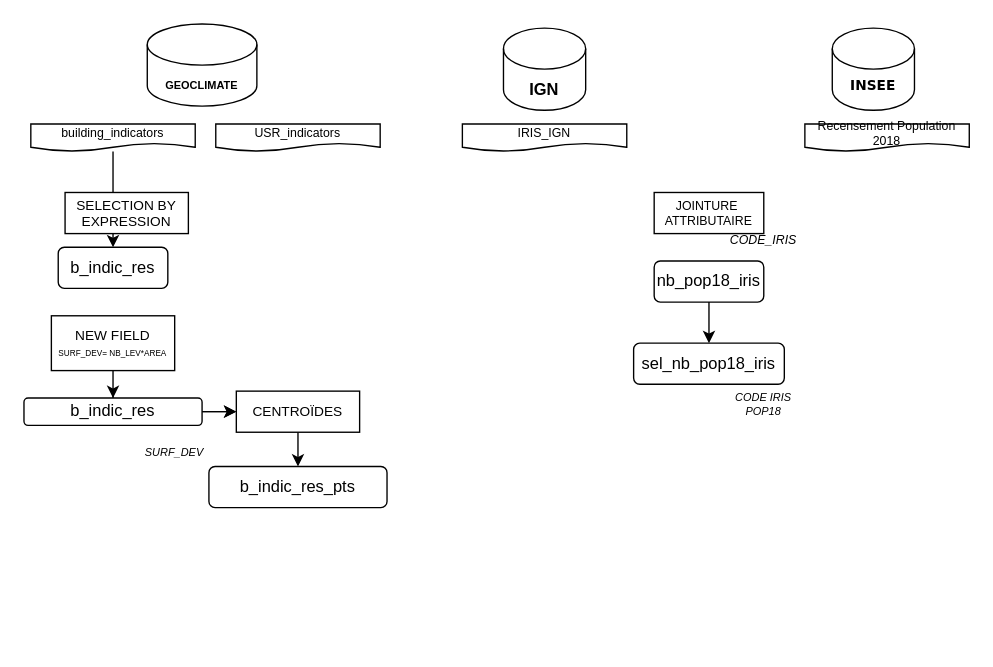
Above: desagregation.drawio in ntouati/Projets (draw.io), before the change. Source tidied: cells renumbered, new cells numbered last; positions are measured from the earlier drawing's top-left corner, leaving out a move shared by most shapes. Both pictures are drawn from the tidied source at 137%, with x=0, y=0 at pixel (23, 23).
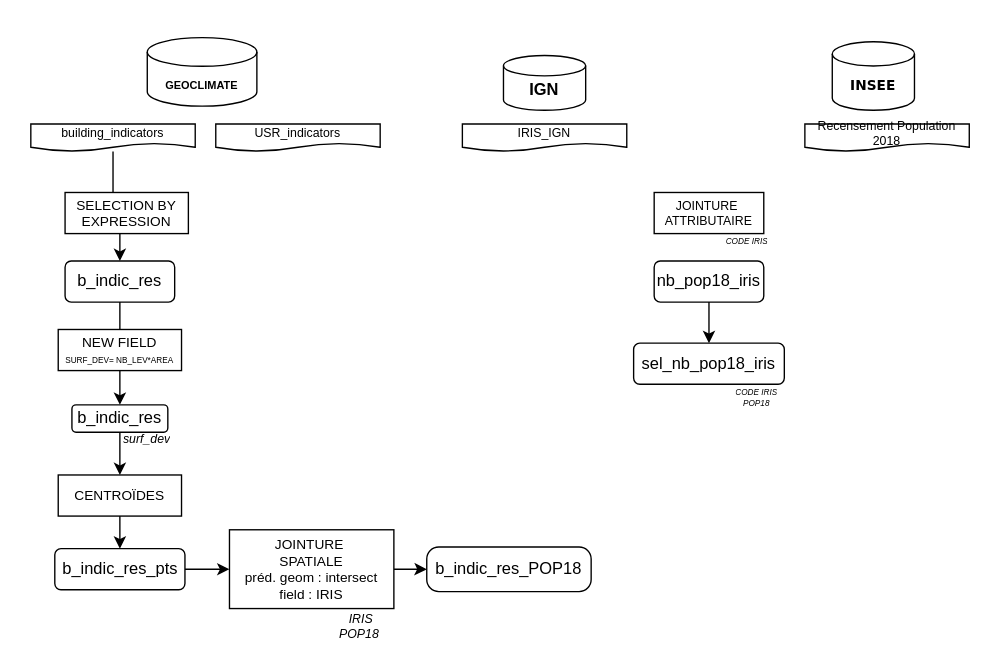
After the change.

Commit message:
Mettre à jour desagregation.drawio

The change refers to these unchanged cells:
```xml
<mxCell id="7" style="group;" parent="1" vertex="1">
  <mxGeometry x="50" width="120" height="60" as="geometry" />
</mxCell>
```

The edit, as a diff of the source:
```diff
@@
-    <mxCell id="2" style="shape=cylinder3;whiteSpace=wrap;html=1;boundedLbl=1;backgroundOutline=1;size=15;" parent="1" vertex="1">
-      <mxGeometry x="590" y="3" width="60" height="60" as="geometry" />
+    <mxCell id="2" style="shape=cylinder3;whiteSpace=wrap;html=1;boundedLbl=1;backgroundOutline=1;size=8.82758620689657;" parent="1" vertex="1">
+      <mxGeometry x="590" y="13" width="60" height="50" as="geometry" />
     </mxCell>
@@
-    <mxCell id="8" style="shape=cylinder3;whiteSpace=wrap;html=1;boundedLbl=1;backgroundOutline=1;size=15;fontFamily=Garamond;" parent="7" vertex="1">
-      <mxGeometry x="40" width="80" height="60" as="geometry" />
+    <mxCell id="8" style="shape=cylinder3;whiteSpace=wrap;html=1;boundedLbl=1;backgroundOutline=1;size=10.448275862068954;fontFamily=Garamond;" parent="7" vertex="1">
+      <mxGeometry x="40" y="10" width="80" height="50" as="geometry" />
     </mxCell>
@@
     <mxCell id="11" value="CENTROÏDES" style="rounded=0;whiteSpace=wrap;html=1;fontSize=10;" parent="1" vertex="1">
-      <mxGeometry x="155" y="268" width="90" height="30" as="geometry" />
+      <mxGeometry x="25" y="329.2" width="90" height="30" as="geometry" />
     </mxCell>
+    <mxCell id="31" style="edgeStyle=orthogonalEdgeStyle;rounded=0;jettySize=auto;html=1;entryX=0.5;entryY=0;entryDx=0;entryDy=0;" parent="1" edge="1" source="12" target="17">
+      <mxGeometry relative="1" as="geometry" />
+    </mxCell>
     <mxCell id="12" value="b_indic_res" style="rounded=1;whiteSpace=wrap;html=1;" parent="1" vertex="1">
-      <mxGeometry x="25" y="163" width="80" height="30" as="geometry" />
+      <mxGeometry x="30" y="173" width="80" height="30" as="geometry" />
     </mxCell>
-    <mxCell id="13" style="edgeStyle=orthogonalEdgeStyle;rounded=0;jettySize=auto;html=1;" parent="1" edge="1" source="14" target="17">
-      <mxGeometry relative="1" as="geometry" />
-    </mxCell>
     <mxCell id="14" value="&lt;div style=&quot;font-size: 10px;&quot;&gt;NEW FIELD&lt;/div&gt;&lt;div style=&quot;font-size: 10px;&quot;&gt;&lt;font style=&quot;font-size: 6px;&quot;&gt;SURF_DEV= NB_LEV*AREA&lt;/font&gt;&lt;br style=&quot;font-size: 10px;&quot;&gt;&lt;/div&gt;" style="rounded=0;whiteSpace=wrap;html=1;fontSize=10;" parent="1" vertex="1">
-      <mxGeometry x="20" y="213" width="90" height="40" as="geometry" />
+      <mxGeometry x="25" y="223" width="90" height="30" as="geometry" />
     </mxCell>
-    <mxCell id="15" style="edgeStyle=orthogonalEdgeStyle;rounded=0;jettySize=auto;html=1;" parent="1" edge="1" source="17" target="11">
-      <mxGeometry relative="1" as="geometry" />
-    </mxCell>
-    <mxCell id="16" style="edgeStyle=orthogonalEdgeStyle;rounded=0;jettySize=auto;html=1;" parent="1" edge="1" source="17" target="11">
-      <mxGeometry relative="1" as="geometry" />
-    </mxCell>
+    <mxCell id="32" style="edgeStyle=orthogonalEdgeStyle;rounded=0;jettySize=auto;html=1;" parent="1" edge="1" source="17" target="11">
+      <mxGeometry relative="1" as="geometry" />
+    </mxCell>
     <mxCell id="17" value="b_indic_res " style="rounded=1;whiteSpace=wrap;html=1;" parent="1" vertex="1">
-      <mxGeometry y="273" width="130" height="20" as="geometry" />
+      <mxGeometry x="35" y="278" width="70" height="20" as="geometry" />
     </mxCell>
-    <mxCell id="18" style="shape=cylinder3;whiteSpace=wrap;html=1;boundedLbl=1;backgroundOutline=1;size=15;" parent="1" vertex="1">
-      <mxGeometry x="350" y="3" width="60" height="60" as="geometry" />
+    <mxCell id="18" style="shape=cylinder3;whiteSpace=wrap;html=1;boundedLbl=1;backgroundOutline=1;size=7.448275862068954;" parent="1" vertex="1">
+      <mxGeometry x="350" y="23" width="60" height="40" as="geometry" />
     </mxCell>
@@
-    <mxCell id="23" value="CODE_IRIS" style="text;html=1;strokeColor=none;fillColor=none;align=center;verticalAlign=middle;whiteSpace=wrap;rounded=0;fontSize=9;fontStyle=2;" parent="1" vertex="1">
-      <mxGeometry x="510" y="153" width="60" height="10" as="geometry" />
-    </mxCell>
@@
+    <mxCell id="28" value="SELECTION BY EXPRESSION" style="rounded=0;whiteSpace=wrap;html=1;fontSize=10;" parent="1" vertex="1">
+      <mxGeometry x="30" y="123" width="90" height="30" as="geometry" />
+    </mxCell>
+    <mxCell id="33" style="edgeStyle=orthogonalEdgeStyle;rounded=0;jettySize=auto;html=1;" parent="1" edge="1" source="29" target="35">
+      <mxGeometry relative="1" as="geometry" />
+    </mxCell>
+    <mxCell id="29" value="b_indic_res_pts" style="rounded=1;whiteSpace=wrap;html=1;" parent="1" vertex="1">
+      <mxGeometry x="22.5" y="383" width="95" height="30" as="geometry" />
+    </mxCell>
+    <mxCell id="34" style="edgeStyle=orthogonalEdgeStyle;rounded=0;jettySize=auto;html=1;" parent="1" edge="1" source="35" target="38">
+      <mxGeometry relative="1" as="geometry" />
+    </mxCell>
+    <mxCell id="35" value="&lt;div style=&quot;font-size: 10px;&quot;&gt;JOINTURE&amp;nbsp;&lt;/div&gt;&lt;div style=&quot;font-size: 10px;&quot;&gt;SPATIALE&lt;/div&gt;&lt;div style=&quot;font-size: 10px;&quot;&gt;préd. geom : intersect&lt;/div&gt;&lt;div style=&quot;font-size: 10px;&quot;&gt;field : IRIS&lt;br&gt;&lt;/div&gt;" style="whiteSpace=wrap;html=1;rounded=1;arcSize=0;fontSize=10;" parent="1" vertex="1">
+      <mxGeometry x="150" y="369.2" width="120" height="57.5" as="geometry" />
+    </mxCell>
-    <mxCell id="27" value="&lt;div style=&quot;font-size: 8px;&quot;&gt;CODE IRIS&lt;/div&gt;&lt;div style=&quot;font-size: 8px;&quot;&gt;POP18&lt;br style=&quot;font-size: 8px;&quot;&gt;&lt;/div&gt;" style="text;html=1;strokeColor=none;fillColor=none;align=center;verticalAlign=middle;whiteSpace=wrap;rounded=0;fontSize=8;fontStyle=2;" parent="1" vertex="1">
-      <mxGeometry x="515" y="263" width="50" height="30" as="geometry" />
+    <mxCell id="27" value="&lt;div style=&quot;font-size: 6px;&quot;&gt;CODE IRIS&lt;/div&gt;&lt;div style=&quot;font-size: 6px;&quot;&gt;POP18&lt;br style=&quot;font-size: 6px;&quot;&gt;&lt;/div&gt;" style="text;html=1;strokeColor=none;fillColor=none;align=center;verticalAlign=middle;whiteSpace=wrap;overflow=hidden;fontStyle=2;fontSize=6;" parent="1" vertex="1">
+      <mxGeometry x="510" y="263" width="50" height="20" as="geometry" />
     </mxCell>
-    <mxCell id="28" value="SELECTION BY EXPRESSION" style="rounded=0;whiteSpace=wrap;html=1;fontSize=10;" parent="1" vertex="1">
-      <mxGeometry x="30" y="123" width="90" height="30" as="geometry" />
-    </mxCell>
-    <mxCell id="29" value="b_indic_res_pts" style="rounded=1;whiteSpace=wrap;html=1;" parent="1" vertex="1">
-      <mxGeometry x="135" y="323" width="130" height="30" as="geometry" />
-    </mxCell>
-    <mxCell id="30" value="SURF_DEV" style="text;html=1;strokeColor=none;fillColor=none;align=center;verticalAlign=middle;whiteSpace=wrap;rounded=0;fontSize=8;fontStyle=2;" parent="1" vertex="1">
-      <mxGeometry x="80" y="303" width="60" height="20" as="geometry" />
-    </mxCell>
+    <mxCell id="36" value="&lt;div style=&quot;font-size: 6px;&quot;&gt;CODE IRIS&lt;/div&gt;" style="text;html=1;strokeColor=none;fillColor=none;align=center;verticalAlign=middle;whiteSpace=wrap;overflow=hidden;fontStyle=2;fontSize=6;" parent="1" vertex="1">
+      <mxGeometry x="503" y="149" width="50" height="20" as="geometry" />
+    </mxCell>
+    <mxCell id="37" value="surf_dev" style="text;html=1;strokeColor=none;fillColor=none;align=center;verticalAlign=middle;whiteSpace=wrap;overflow=hidden;fontStyle=2;fontSize=9;" parent="1" vertex="1">
+      <mxGeometry x="65" y="293" width="50" height="20" as="geometry" />
+    </mxCell>
+    <mxCell id="38" value="b_indic_res_POP18" style="whiteSpace=wrap;html=1;fontSize=12;rounded=1;arcSize=27;" parent="1" vertex="1">
+      <mxGeometry x="294" y="381.8" width="120" height="32.5" as="geometry" />
+    </mxCell>
+    <mxCell id="39" value="&lt;div&gt;&amp;nbsp;IRIS&lt;/div&gt;&lt;div&gt;POP18&lt;br&gt;&lt;/div&gt;" style="text;html=1;strokeColor=none;fillColor=none;align=center;verticalAlign=middle;whiteSpace=wrap;overflow=hidden;fontStyle=2;fontSize=9;" parent="1" vertex="1">
+      <mxGeometry x="220" y="426.8" width="50" height="26.2" as="geometry" />
+    </mxCell>
```
